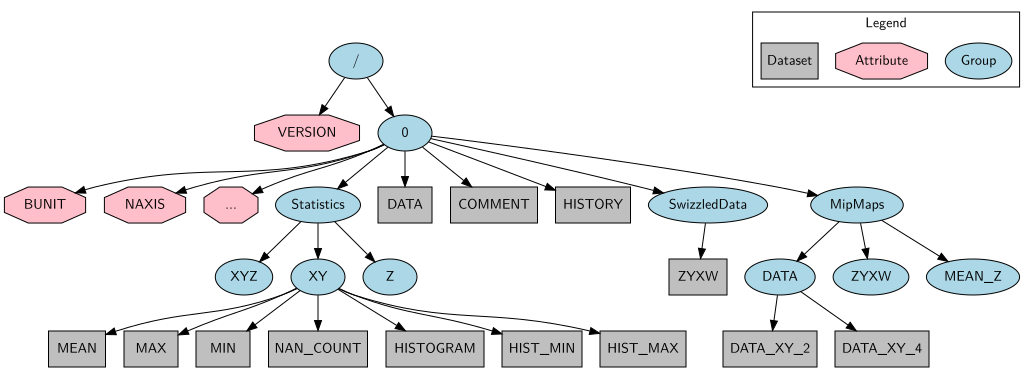
idia-astro/hdf5converters keeps this Graphviz diagram as docs/schema.png. Above is the earlier version. Its source is kept beside it as docs/schema.dot.
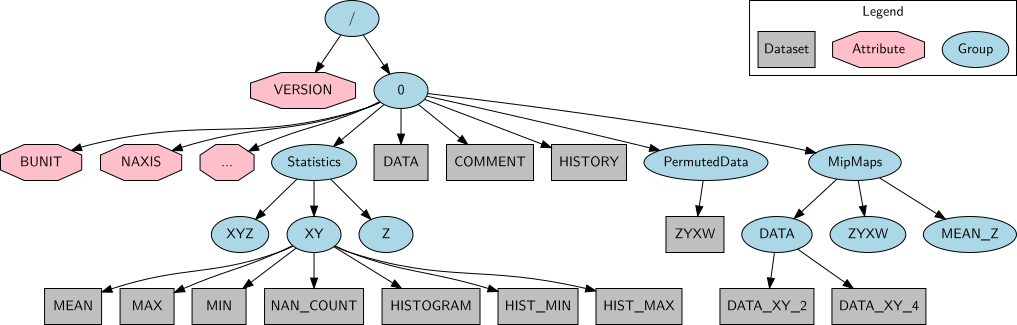
Above is the later version.

Commit message:
renamed swizzled dataset group to PermutedData

Change to the diagram source:
```diff
@@ -6,7 +6,7 @@
     node [style=filled fillcolor="#abd7e6"]
     file [label="/"]
     0
-    SwizzledData
+    PermutedData
     MipMaps
     mmDATA [label="DATA"]
     mmZYXW [label="ZYXW"]
@@ -64,8 +64,8 @@
     0 -> COMMENT
     0 -> HISTORY
 
-    0 -> SwizzledData
-    SwizzledData -> ZYXW
+    0 -> PermutedData
+    PermutedData -> ZYXW
 
     0 -> MipMaps
     MipMaps -> mmDATA
```
